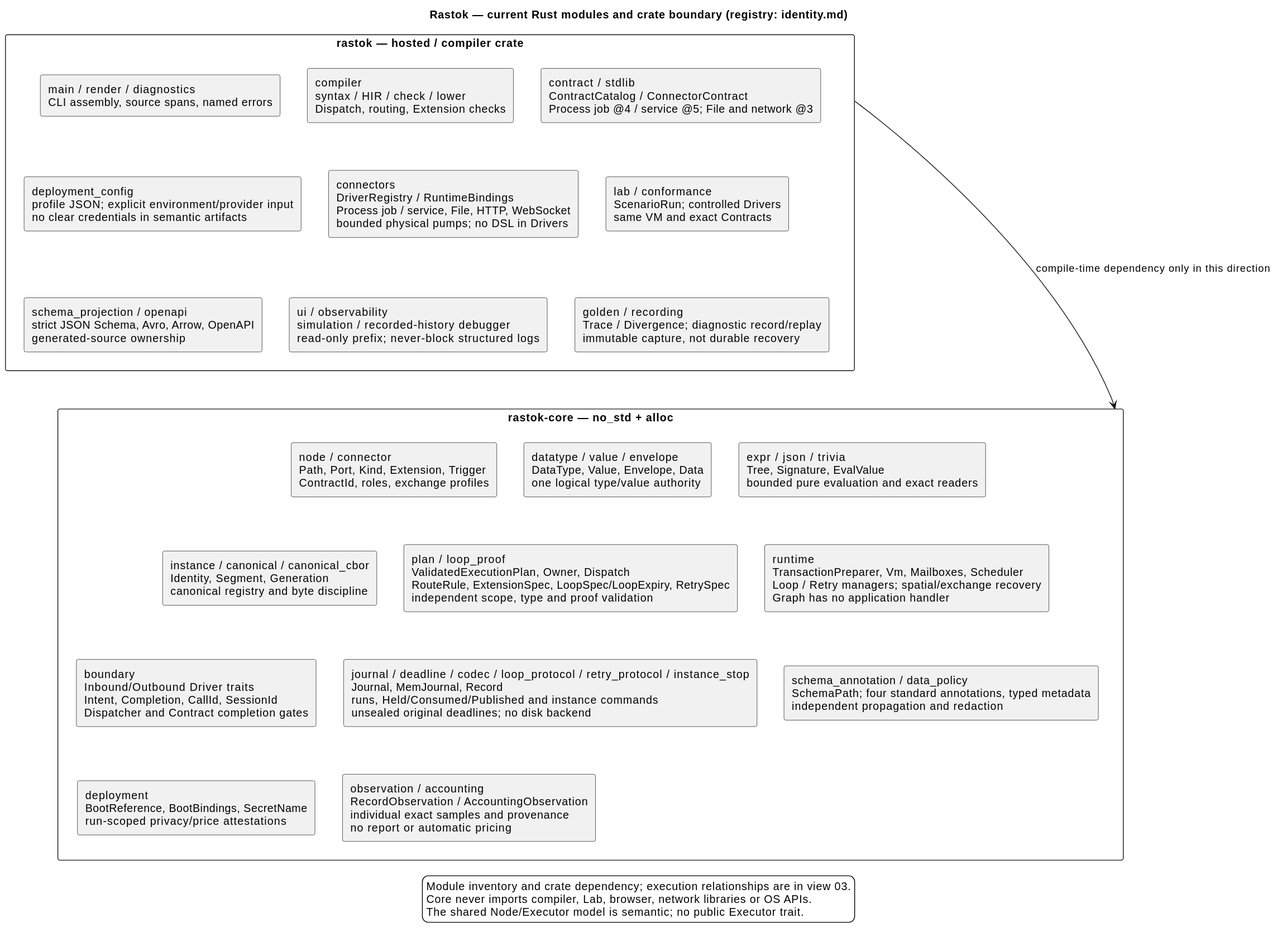
Earlier version of the PlantUML export docs/architecture/06-rastok-modules-overview.svg (rastok-io/rastok).
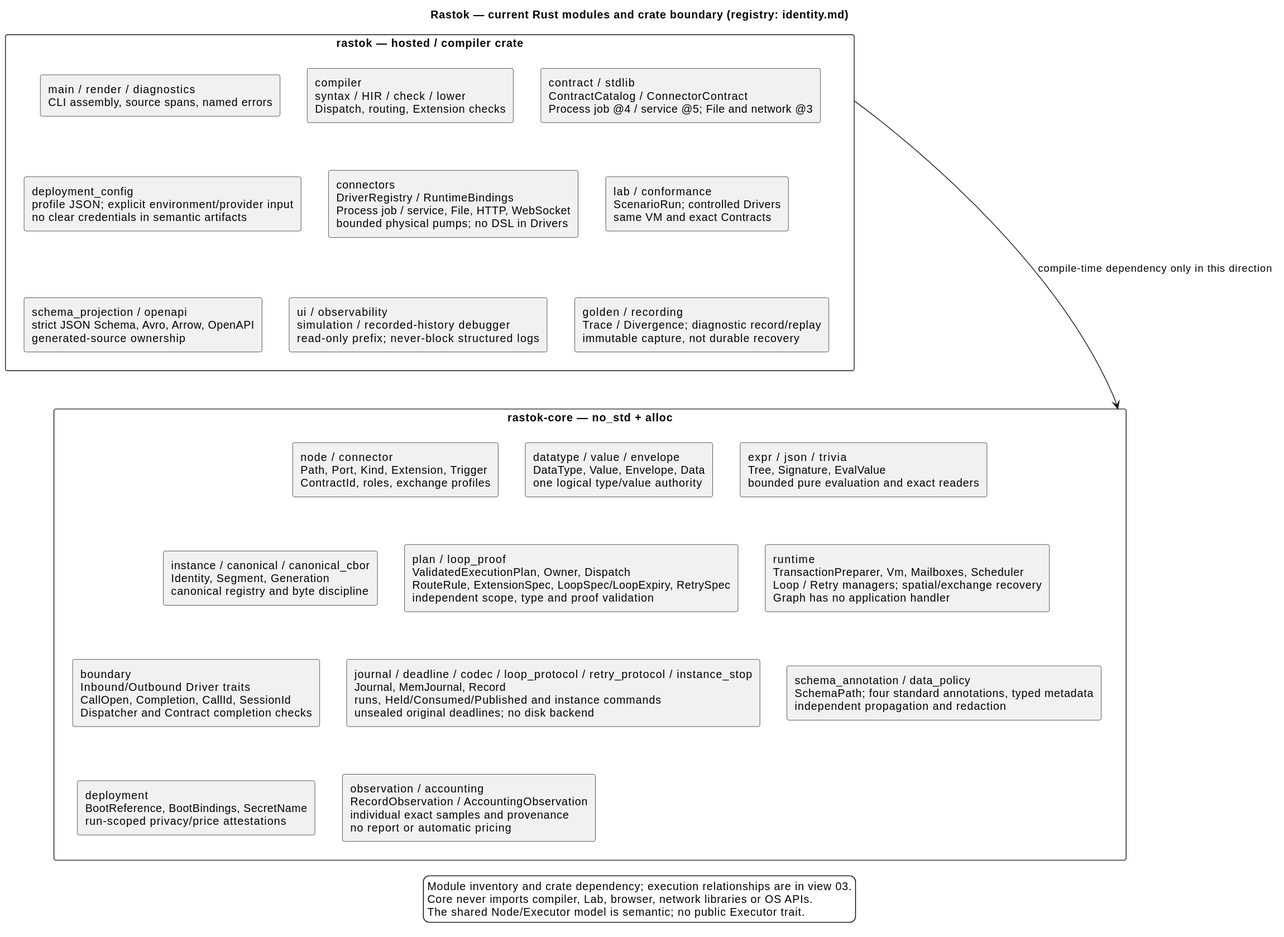
After the commit.

Diff of the diagram source:
```diff
@@ -24,7 +24,7 @@
   rectangle "instance / canonical / canonical_cbor\nIdentity, Segment, Generation\ncanonical registry and byte discipline" as IDENTITY
   rectangle "plan / loop_proof\nValidatedExecutionPlan, Owner, Dispatch\nRouteRule, ExtensionSpec, LoopSpec/LoopExpiry, RetrySpec\nindependent scope, type and proof validation" as PLAN
   rectangle "runtime\nTransactionPreparer, Vm, Mailboxes, Scheduler\nLoop / Retry managers; spatial/exchange recovery\nGraph has no application handler" as VM
-  rectangle "boundary\nInbound/Outbound Driver traits\nIntent, Completion, CallId, SessionId\nDispatcher and Contract completion gates" as BOUNDARY
+  rectangle "boundary\nInbound/Outbound Driver traits\nCallOpen, Completion, CallId, SessionId\nDispatcher and Contract completion checks" as BOUNDARY
   rectangle "journal / deadline / codec / loop_protocol / retry_protocol / instance_stop\nJournal, MemJournal, Record\nruns, Held/Consumed/Published and instance commands\nunsealed original deadlines; no disk backend" as JOURNAL
   rectangle "schema_annotation / data_policy\nSchemaPath; four standard annotations, typed metadata\nindependent propagation and redaction" as POLICY
   rectangle "deployment\nBootReference, BootBindings, SecretName\nrun-scoped privacy/price attestations" as DEPLOY
```
